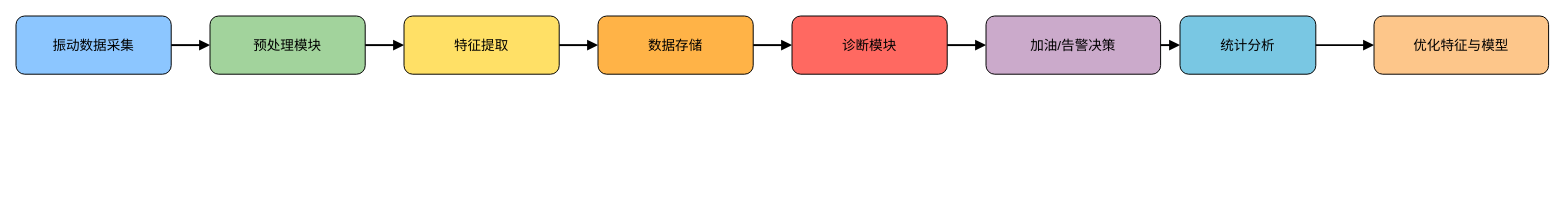
This is 振动润滑异常流程图1.drawio from 729973389/picture, a draw.io file, before an edit. Source tidied: cells renumbered, new cells numbered last; positions are measured from the earlier drawing's top-left corner, leaving out a move shared by most shapes. Both pictures are drawn from the tidied source at 97%, with x=0, y=0 at pixel (16, 16).
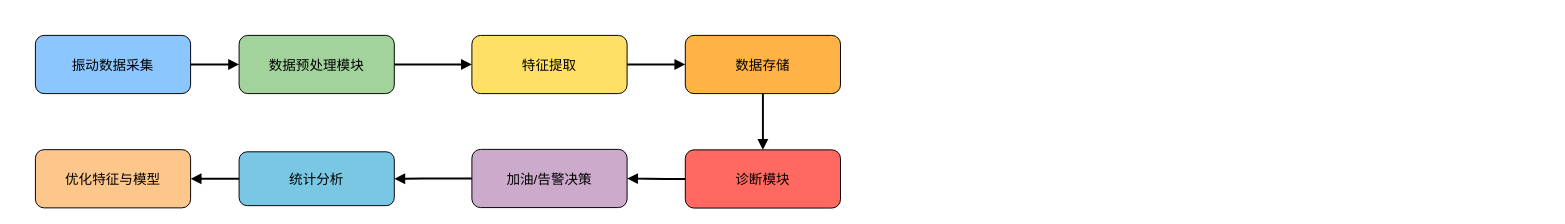
Above is the later version.

Commit message:
更新振动润滑异常流程图1.drawio

Change to the diagram source:
```diff
@@
 <mxGraphModel>
   <root>
     <mxCell id="0" />
     <mxCell id="1" parent="0" />
     <mxCell id="2" value="振动数据采集" style="rounded=1;fillColor=#8CC6FF;fontSize=14;fontColor=#000000;" parent="1" vertex="1">
-      <mxGeometry width="160" height="60" as="geometry" />
+      <mxGeometry x="20" y="20" width="160" height="60" as="geometry" />
     </mxCell>
-    <mxCell id="3" value="预处理模块" style="rounded=1;fillColor=#A2D39C;fontSize=14;fontColor=#000000;" parent="1" vertex="1">
-      <mxGeometry x="200" width="160" height="60" as="geometry" />
+    <mxCell id="3" value="数据预处理模块" style="rounded=1;fillColor=#A2D39C;fontSize=14;fontColor=#000000;" parent="1" vertex="1">
+      <mxGeometry x="230" y="20" width="160" height="60" as="geometry" />
     </mxCell>
     <mxCell id="4" value="特征提取" style="rounded=1;fillColor=#FFE066;fontSize=14;fontColor=#000000;" parent="1" vertex="1">
-      <mxGeometry x="400" width="160" height="60" as="geometry" />
+      <mxGeometry x="470" y="20" width="160" height="60" as="geometry" />
     </mxCell>
     <mxCell id="5" value="数据存储" style="rounded=1;fillColor=#FFB347;fontSize=14;fontColor=#000000;" parent="1" vertex="1">
-      <mxGeometry x="600" width="160" height="60" as="geometry" />
+      <mxGeometry x="690" y="20" width="160" height="60" as="geometry" />
     </mxCell>
     <mxCell id="6" value="诊断模块" style="rounded=1;fillColor=#FF6961;fontSize=14;fontColor=#000000;" parent="1" vertex="1">
-      <mxGeometry x="800" width="160" height="60" as="geometry" />
+      <mxGeometry x="690" y="138" width="160" height="60" as="geometry" />
     </mxCell>
     <mxCell id="7" value="加油/告警决策" style="rounded=1;fillColor=#CBAACB;fontSize=14;fontColor=#000000;" parent="1" vertex="1">
-      <mxGeometry x="1000" width="180" height="60" as="geometry" />
+      <mxGeometry x="470" y="137.5" width="160" height="60" as="geometry" />
     </mxCell>
     <mxCell id="8" value="统计分析" style="rounded=1;fillColor=#79C7E3;fontSize=14;fontColor=#000000;" parent="1" vertex="1">
-      <mxGeometry x="1200" width="140" height="60" as="geometry" />
+      <mxGeometry x="230" y="140" width="160" height="55.5" as="geometry" />
     </mxCell>
     <mxCell id="9" value="优化特征与模型" style="rounded=1;fillColor=#FDC68A;fontSize=14;fontColor=#000000;" parent="1" vertex="1">
-      <mxGeometry x="1400" width="180" height="60" as="geometry" />
+      <mxGeometry x="20" y="137.8" width="160" height="60" as="geometry" />
     </mxCell>
     <mxCell id="10" style="edgeStyle=orthogonalEdgeStyle;endArrow=block;strokeWidth=2;" parent="1" edge="1" source="2" target="3">
       <mxGeometry relative="1" as="geometry" />
     </mxCell>
     <mxCell id="11" style="edgeStyle=orthogonalEdgeStyle;endArrow=block;strokeWidth=2;" parent="1" edge="1" source="3" target="4">
       <mxGeometry relative="1" as="geometry" />
     </mxCell>
     <mxCell id="12" style="edgeStyle=orthogonalEdgeStyle;endArrow=block;strokeWidth=2;" parent="1" edge="1" source="4" target="5">
       <mxGeometry relative="1" as="geometry" />
     </mxCell>
     <mxCell id="13" style="edgeStyle=orthogonalEdgeStyle;endArrow=block;strokeWidth=2;" parent="1" edge="1" source="5" target="6">
       <mxGeometry relative="1" as="geometry" />
     </mxCell>
     <mxCell id="14" style="edgeStyle=orthogonalEdgeStyle;endArrow=block;strokeWidth=2;" parent="1" edge="1" source="6" target="7">
       <mxGeometry relative="1" as="geometry" />
     </mxCell>
     <mxCell id="15" style="edgeStyle=orthogonalEdgeStyle;endArrow=block;strokeWidth=2;" parent="1" edge="1" source="7" target="8">
       <mxGeometry relative="1" as="geometry" />
     </mxCell>
     <mxCell id="16" style="edgeStyle=orthogonalEdgeStyle;endArrow=block;strokeWidth=2;" parent="1" edge="1" source="8" target="9">
       <mxGeometry relative="1" as="geometry" />
     </mxCell>
   </root>
 </mxGraphModel>
```
